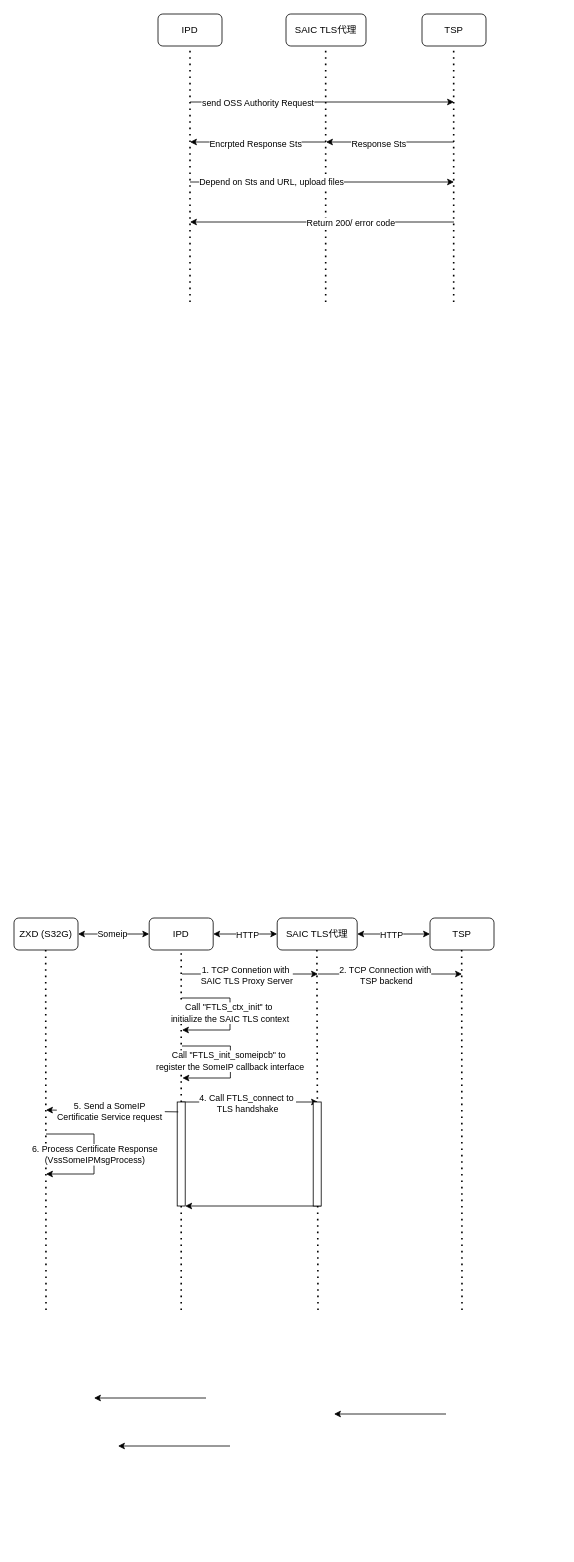
This is HJtodolist.drawio from YuzhouYe/peb, a draw.io file, before an edit. Source tidied: cells renumbered, new cells numbered last; positions are measured from the earlier drawing's top-left corner, leaving out a move shared by most shapes. Both pictures are drawn from the tidied source at 80%, with x=0, y=0 at pixel (14, 14).
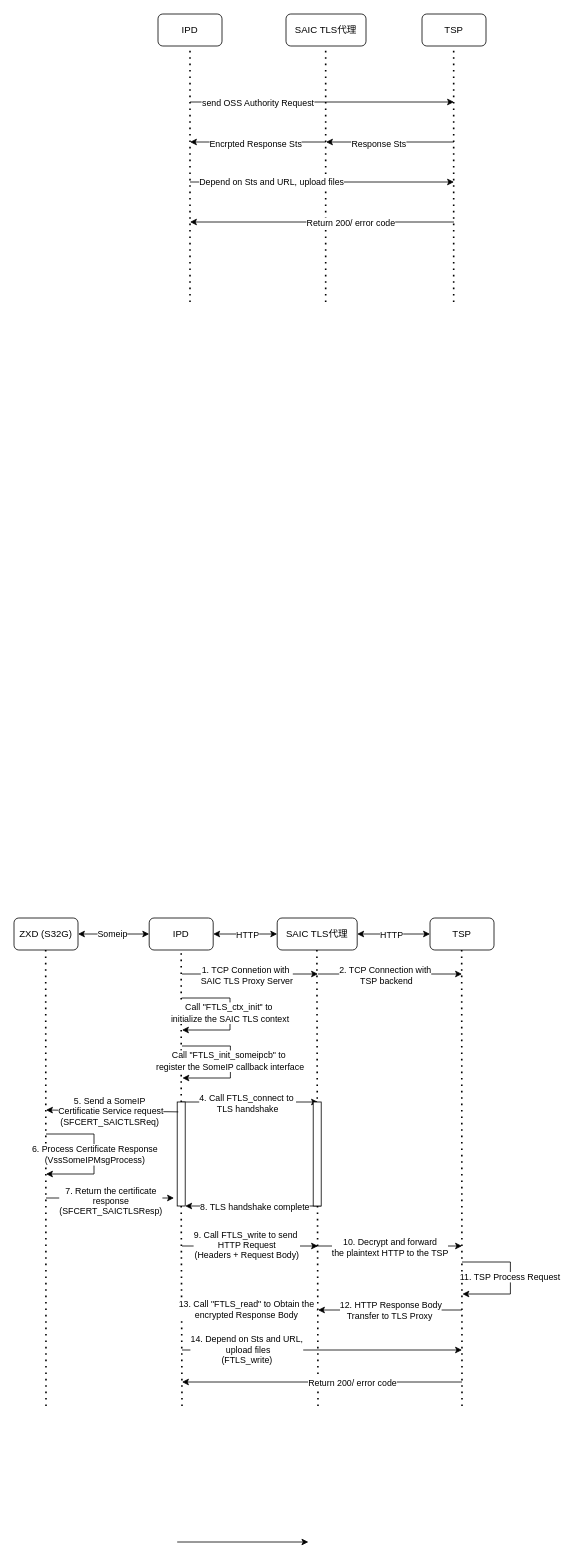
Above is the later version.

Unchanged cells that the change refers to:
```xml
<mxCell id="28" style="endArrow=classic;html=1;rounded=0;" parent="1" edge="1">
  <mxGeometry relative="1" as="geometry">
    <mxPoint x="384" y="1490" as="sourcePoint" />
    <mxPoint x="214" y="1490" as="targetPoint" />
  </mxGeometry>
</mxCell>
<mxCell id="47" style="rounded=0;whiteSpace=wrap;html=1;" parent="1" vertex="1">
  <mxGeometry x="204" y="1360" width="10" height="130" as="geometry" />
</mxCell>
<mxCell id="49" style="endArrow=classic;html=1;rounded=0;exitX=0.133;exitY=0.095;exitDx=0;exitDy=0;exitPerimeter=0;" parent="1" edge="1" source="47">
  <mxGeometry relative="1" as="geometry">
    <mxPoint x="40" y="1370" as="targetPoint" />
  </mxGeometry>
</mxCell>
```

Diff of the diagram source:
```diff
@@
     <mxCell id="22" style="endArrow=none;dashed=1;html=1;dashPattern=1 3;strokeWidth=2;rounded=0;entryX=0.5;entryY=1;entryDx=0;entryDy=0;" parent="1" edge="1">
       <mxGeometry relative="1" as="geometry">
-        <mxPoint x="380" y="1620" as="sourcePoint" />
+        <mxPoint x="380" y="1740" as="sourcePoint" />
         <mxPoint x="378.6" y="1170" as="targetPoint" />
       </mxGeometry>
     </mxCell>
     <mxCell id="23" style="endArrow=none;dashed=1;html=1;dashPattern=1 3;strokeWidth=2;rounded=0;entryX=0.5;entryY=1;entryDx=0;entryDy=0;" parent="1" edge="1">
       <mxGeometry relative="1" as="geometry">
-        <mxPoint x="560" y="1620" as="sourcePoint" />
+        <mxPoint x="560" y="1740" as="sourcePoint" />
         <mxPoint x="559.6" y="1170" as="targetPoint" />
       </mxGeometry>
     </mxCell>
@@
     <mxCell id="25" style="endArrow=none;dashed=1;html=1;dashPattern=1 3;strokeWidth=2;rounded=0;entryX=0.5;entryY=1;entryDx=0;entryDy=0;" parent="1" edge="1">
       <mxGeometry relative="1" as="geometry">
-        <mxPoint x="40" y="1620" as="sourcePoint" />
+        <mxPoint x="40" y="1740" as="sourcePoint" />
         <mxPoint x="39.6" y="1170" as="targetPoint" />
       </mxGeometry>
     </mxCell>
@@
+    <mxCell id="53" value="8. TLS handshake complete" style="edgeLabel;html=1;align=center;verticalAlign=middle;" parent="28" vertex="1">
+      <mxGeometry x="0.2" y="2" relative="1" as="geometry">
+        <mxPoint x="18" y="-2" as="offset" />
+      </mxGeometry>
+    </mxCell>
     <mxCell id="29" style="endArrow=classic;html=1;rounded=0;" parent="1" edge="1">
       <mxGeometry relative="1" as="geometry">
-        <mxPoint x="240" y="1730" as="sourcePoint" />
-        <mxPoint x="100" y="1730" as="targetPoint" />
+        <mxPoint x="210" y="1540" as="sourcePoint" />
+        <mxPoint x="380" y="1540" as="targetPoint" />
       </mxGeometry>
     </mxCell>
+    <mxCell id="54" value="9. Call FTLS_write to send&amp;nbsp;&lt;div&gt;HTTP Request&lt;/div&gt;&lt;div&gt;(Headers + Request Body)&lt;/div&gt;" style="edgeLabel;html=1;align=center;verticalAlign=middle;" parent="29" vertex="1">
+      <mxGeometry x="-0.36" y="2" relative="1" as="geometry">
+        <mxPoint x="26" as="offset" />
+      </mxGeometry>
+    </mxCell>
@@
     <mxCell id="46" style="endArrow=none;dashed=1;html=1;dashPattern=1 3;strokeWidth=2;rounded=0;entryX=0.5;entryY=1;entryDx=0;entryDy=0;" parent="1" edge="1" target="47">
       <mxGeometry relative="1" as="geometry">
-        <mxPoint x="209" y="1620" as="sourcePoint" />
+        <mxPoint x="210" y="1740" as="sourcePoint" />
       </mxGeometry>
     </mxCell>
@@
-    <mxCell id="50" value="5. Send a SomeIP&amp;nbsp;&lt;div&gt;Certificatie&lt;span style=&quot;background-color: light-dark(#ffffff, var(--ge-dark-color, #121212)); color: light-dark(rgb(0, 0, 0), rgb(255, 255, 255));&quot;&gt;&amp;nbsp;Service request&amp;nbsp;&lt;/span&gt;&lt;/div&gt;" style="edgeLabel;html=1;align=center;verticalAlign=middle;" parent="49" vertex="1">
+    <mxCell id="50" value="5. Send a SomeIP&amp;nbsp;&lt;div&gt;Certificatie&lt;span style=&quot;background-color: light-dark(#ffffff, var(--ge-dark-color, #121212)); color: light-dark(rgb(0, 0, 0), rgb(255, 255, 255));&quot;&gt;&amp;nbsp;Service request&lt;/span&gt;&lt;/div&gt;&lt;div&gt;&lt;span style=&quot;background-color: light-dark(#ffffff, var(--ge-dark-color, #121212)); color: light-dark(rgb(0, 0, 0), rgb(255, 255, 255));&quot;&gt;(SFCERT_SAICTLSReq)&amp;nbsp;&lt;/span&gt;&lt;/div&gt;" style="edgeLabel;html=1;align=center;verticalAlign=middle;" parent="49" vertex="1">
       <mxGeometry x="0.31" y="1" relative="1" as="geometry">
         <mxPoint x="23" as="offset" />
       </mxGeometry>
     </mxCell>
     <mxCell id="51" style="endArrow=classic;html=1;rounded=0;" parent="1" edge="1">
       <mxGeometry relative="1" as="geometry">
-        <mxPoint x="540" y="1750" as="sourcePoint" />
-        <mxPoint x="400" y="1750" as="targetPoint" />
+        <mxPoint x="380" y="1620" as="sourcePoint" />
+        <mxPoint x="210" y="1620" as="targetPoint" />
       </mxGeometry>
     </mxCell>
+    <mxCell id="55" value="13. Call &quot;FTLS_read&quot; to&amp;nbsp;&lt;span style=&quot;background-color: light-dark(#ffffff, var(--ge-dark-color, #121212)); color: light-dark(rgb(0, 0, 0), rgb(255, 255, 255));&quot;&gt;Obtain the&amp;nbsp;&lt;/span&gt;&lt;div&gt;&lt;span style=&quot;background-color: light-dark(#ffffff, var(--ge-dark-color, #121212)); color: light-dark(rgb(0, 0, 0), rgb(255, 255, 255));&quot;&gt;encrypted Response Body&amp;nbsp;&lt;/span&gt;&lt;/div&gt;" style="edgeLabel;html=1;align=center;verticalAlign=middle;" parent="51" vertex="1">
+      <mxGeometry x="0.64" y="-1" relative="1" as="geometry">
+        <mxPoint x="50" as="offset" />
+      </mxGeometry>
+    </mxCell>
     <mxCell id="52" style="endArrow=classic;html=1;rounded=0;" parent="1" edge="1">
       <mxGeometry relative="1" as="geometry">
-        <mxPoint x="270" y="1790" as="sourcePoint" />
-        <mxPoint x="130" y="1790" as="targetPoint" />
+        <mxPoint x="374" y="1540" as="sourcePoint" />
+        <mxPoint x="560" y="1540" as="targetPoint" />
       </mxGeometry>
     </mxCell>
+    <mxCell id="56" value="&lt;div&gt;10. Decrypt and forward&lt;/div&gt;&lt;div&gt;the plaintext HTTP to the TSP&lt;/div&gt;" style="edgeLabel;html=1;align=center;verticalAlign=middle;" parent="52" vertex="1">
+      <mxGeometry x="0.25" y="-1" relative="1" as="geometry">
+        <mxPoint x="-21" as="offset" />
+      </mxGeometry>
+    </mxCell>
+    <mxCell id="57" style="endArrow=classic;html=1;rounded=0;" parent="1" edge="1">
+      <mxGeometry relative="1" as="geometry">
+        <mxPoint x="40" y="1480" as="sourcePoint" />
+        <mxPoint x="200" y="1480" as="targetPoint" />
+      </mxGeometry>
+    </mxCell>
+    <mxCell id="58" value="7. Return the certificate&lt;div&gt;&amp;nbsp;response&amp;nbsp;&lt;/div&gt;&lt;div&gt;(SFCERT_SAICTLSResp)&lt;/div&gt;" style="edgeLabel;html=1;align=center;verticalAlign=middle;" parent="57" vertex="1">
+      <mxGeometry x="0.34" y="-3" relative="1" as="geometry">
+        <mxPoint x="-27" as="offset" />
+      </mxGeometry>
+    </mxCell>
+    <mxCell id="59" style="endArrow=classic;html=1;rounded=0;" parent="1" edge="1">
+      <mxGeometry relative="1" as="geometry">
+        <mxPoint x="560" y="1620" as="sourcePoint" />
+        <mxPoint x="380" y="1620" as="targetPoint" />
+      </mxGeometry>
+    </mxCell>
+    <mxCell id="60" value="12. HTTP Response Body&lt;div&gt;Transfer to TLS Proxy&amp;nbsp;&lt;/div&gt;" style="edgeLabel;html=1;align=center;verticalAlign=middle;" parent="59" vertex="1">
+      <mxGeometry x="0.38" y="3" relative="1" as="geometry">
+        <mxPoint x="34" y="-3" as="offset" />
+      </mxGeometry>
+    </mxCell>
+    <mxCell id="61" style="endArrow=classic;html=1;rounded=0;" parent="1" edge="1">
+      <mxGeometry relative="1" as="geometry">
+        <mxPoint x="204" y="1910" as="sourcePoint" />
+        <mxPoint x="368" y="1910" as="targetPoint" />
+      </mxGeometry>
+    </mxCell>
+    <mxCell id="62" style="edgeStyle=orthogonalEdgeStyle;rounded=0;orthogonalLoop=1;jettySize=auto;html=1;" parent="1" edge="1">
+      <mxGeometry relative="1" as="geometry">
+        <mxPoint x="560" y="1560" as="sourcePoint" />
+        <mxPoint x="560.5" y="1600" as="targetPoint" />
+        <Array as="points">
+          <mxPoint x="620.5" y="1560" />
+          <mxPoint x="620.5" y="1600" />
+          <mxPoint x="560.5" y="1600" />
+        </Array>
+      </mxGeometry>
+    </mxCell>
+    <mxCell id="63" value="11. TSP Process Request" style="edgeLabel;html=1;align=center;verticalAlign=middle;" parent="62" vertex="1">
+      <mxGeometry x="-0.01" y="-1" relative="1" as="geometry" />
+    </mxCell>
+    <mxCell id="64" style="endArrow=classic;html=1;rounded=0;" parent="1" edge="1">
+      <mxGeometry relative="1" as="geometry">
+        <mxPoint x="210" y="1670" as="sourcePoint" />
+        <mxPoint x="560" y="1670" as="targetPoint" />
+      </mxGeometry>
+    </mxCell>
+    <mxCell id="65" value="14. Depend on Sts and URL,&lt;div&gt;&amp;nbsp;upload files&lt;/div&gt;&lt;div&gt;(FTLS_write)&lt;/div&gt;" style="edgeLabel;html=1;align=center;verticalAlign=middle;" parent="64" vertex="1">
+      <mxGeometry x="-0.71" y="1" relative="1" as="geometry">
+        <mxPoint x="29" as="offset" />
+      </mxGeometry>
+    </mxCell>
+    <mxCell id="66" style="endArrow=classic;html=1;rounded=0;" parent="1" edge="1">
+      <mxGeometry relative="1" as="geometry">
+        <mxPoint x="560" y="1710" as="sourcePoint" />
+        <mxPoint x="210" y="1710" as="targetPoint" />
+      </mxGeometry>
+    </mxCell>
+    <mxCell id="67" value="Return 200/ error code" style="edgeLabel;html=1;align=center;verticalAlign=middle;" parent="66" vertex="1">
+      <mxGeometry x="-0.21" relative="1" as="geometry" />
+    </mxCell>
```
